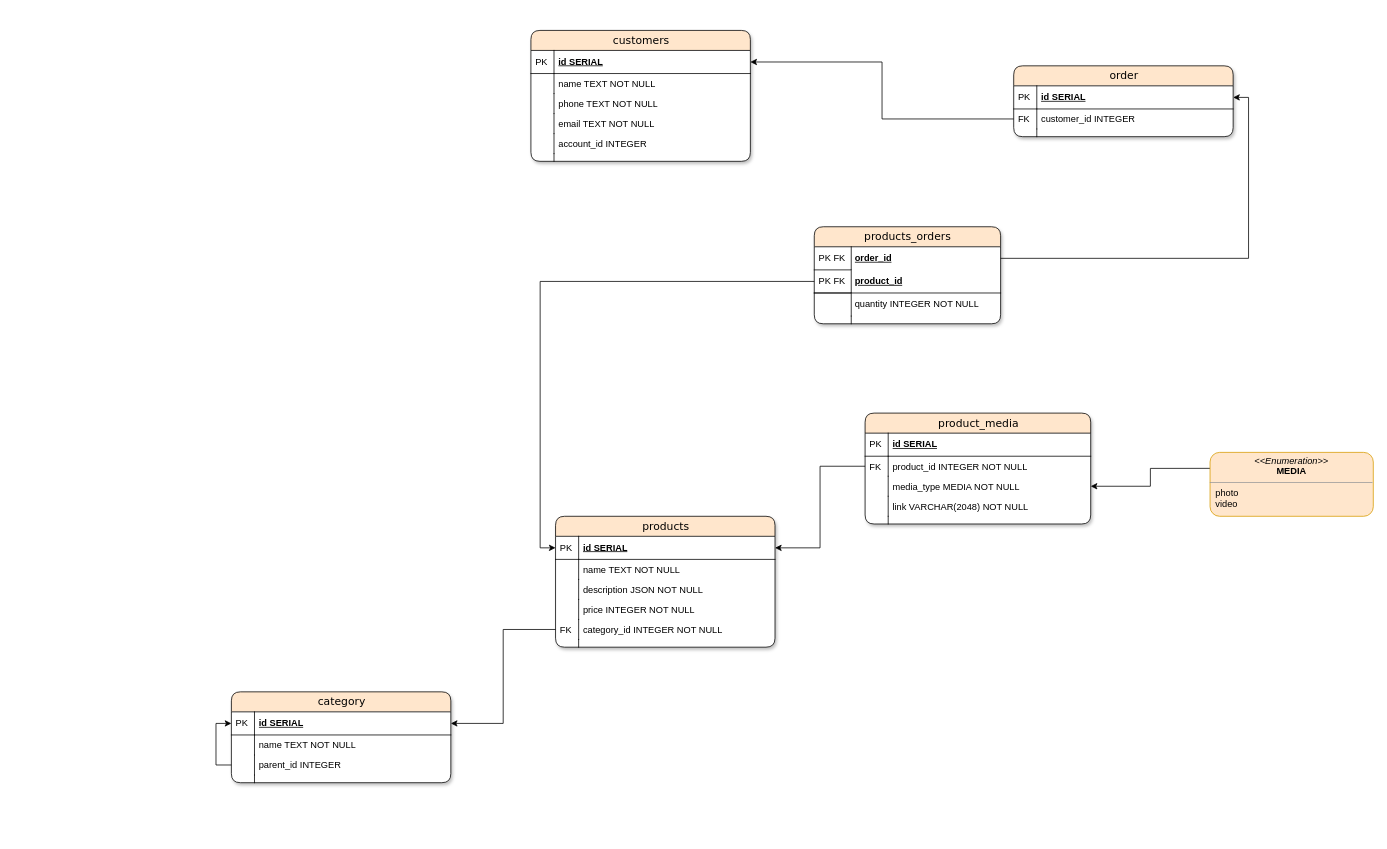
Earlier version of the draw.io diagram database.drawio (werreour/drawio-database). Source tidied: cells renumbered, new cells numbered last; positions are measured from the earlier drawing's top-left corner, leaving out a move shared by most shapes. Both pictures are drawn from the tidied source at 77%, with x=0, y=0 at pixel (231, 30).
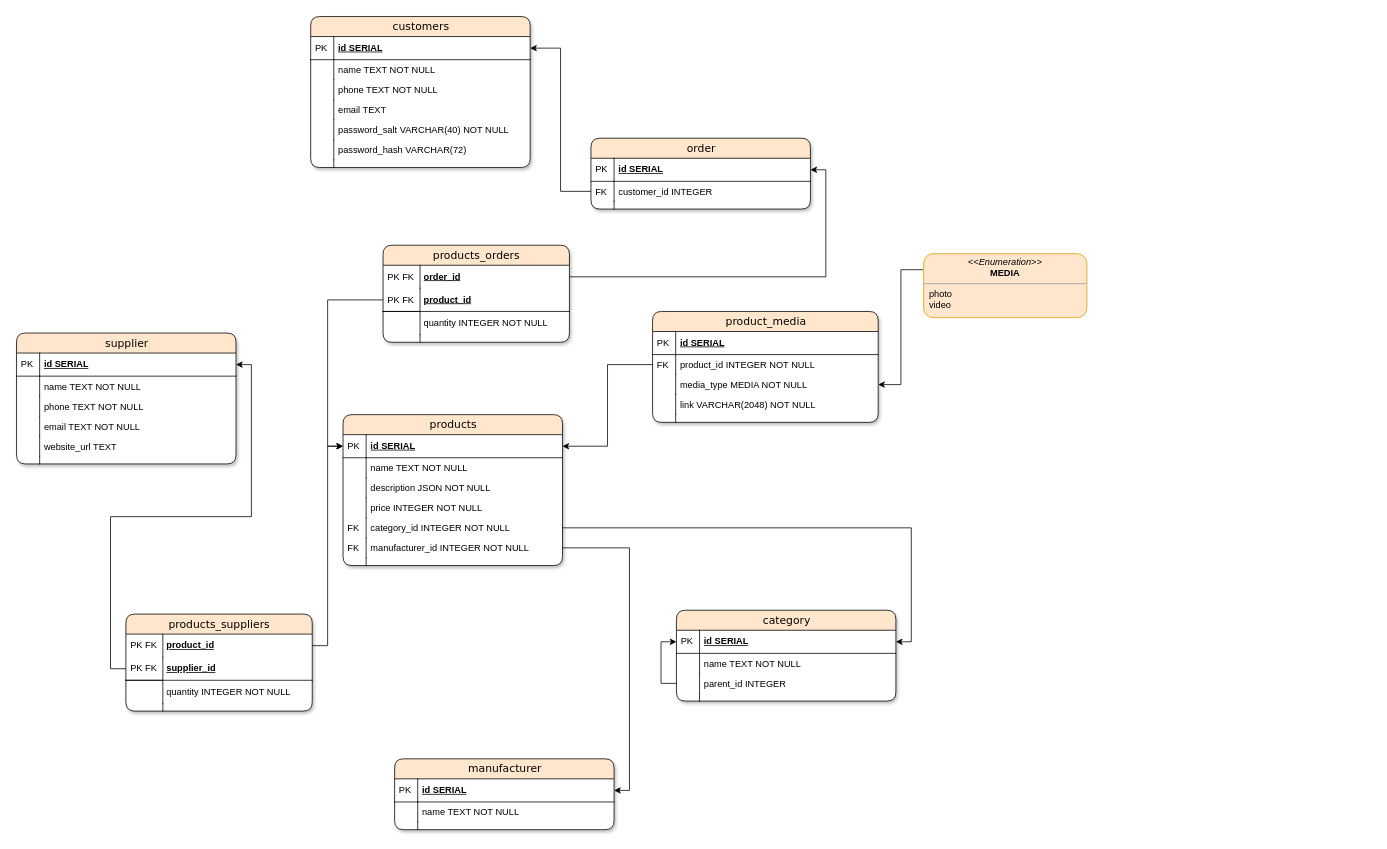
After the change.

Unchanged cells that the change refers to:
```xml
<mxCell id="3" value="id SERIAL" style="shape=partialRectangle;top=0;left=0;right=0;bottom=1;html=1;align=left;verticalAlign=middle;fillColor=none;spacingLeft=34;spacingRight=4;whiteSpace=wrap;overflow=hidden;points=[[0,0.5],[1,0.5]];portConstraint=eastwest;fontStyle=5;rounded=1;" parent="2" vertex="1">
  <mxGeometry y="26" width="285" height="30" as="geometry" />
</mxCell>
<mxCell id="62" value="order_id" style="shape=partialRectangle;top=0;left=0;right=0;bottom=1;html=1;align=left;verticalAlign=middle;fillColor=none;spacingLeft=51;spacingRight=4;whiteSpace=wrap;overflow=hidden;points=[[0,0.5],[1,0.5]];portConstraint=eastwest;fontStyle=5;rounded=1;strokeColor=none;" parent="61" vertex="1">
  <mxGeometry y="26" width="242" height="30" as="geometry" />
</mxCell>
```

The edit, as a diff of the source:
```diff
@@
     <mxCell id="2" value="products" style="swimlane;html=1;fontStyle=0;horizontal=1;startSize=26;fillColor=#ffe6cc;swimlaneFillColor=#ffffff;align=center;shadow=1;comic=0;labelBackgroundColor=none;strokeWidth=1;fontFamily=Verdana;fontSize=14;strokeColor=default;rounded=1;sketch=0;glass=0;swimlaneLine=1;" parent="1" vertex="1">
-      <mxGeometry x="421" y="631" width="285" height="170" as="geometry" />
+      <mxGeometry x="145" y="499" width="285" height="196" as="geometry" />
     </mxCell>
@@
+    <mxCell id="72" value="manufacturer_id INTEGER NOT NULL" style="shape=partialRectangle;top=0;left=0;right=0;bottom=0;html=1;align=left;verticalAlign=top;fillColor=none;spacingLeft=34;spacingRight=4;whiteSpace=wrap;overflow=hidden;points=[[0,0.5],[1,0.5]];portConstraint=eastwest;rounded=1;" parent="2" vertex="1">
+      <mxGeometry y="160" width="285" height="26" as="geometry" />
+    </mxCell>
+    <mxCell id="73" value="FK" style="shape=partialRectangle;top=0;left=0;bottom=0;html=1;fillColor=none;align=left;verticalAlign=top;spacingLeft=4;spacingRight=4;whiteSpace=wrap;overflow=hidden;rounded=1;" parent="72" vertex="1">
+      <mxGeometry width="30" height="26" as="geometry" />
+    </mxCell>
     <mxCell id="13" style="shape=partialRectangle;top=0;left=0;right=0;bottom=0;html=1;align=left;verticalAlign=top;fillColor=none;spacingLeft=34;spacingRight=4;whiteSpace=wrap;overflow=hidden;rounded=1;" parent="2" vertex="1">
-      <mxGeometry y="160" width="285" height="10" as="geometry" />
+      <mxGeometry y="186" width="285" height="10" as="geometry" />
     </mxCell>
@@
     <mxCell id="15" value="product_media" style="swimlane;html=1;fontStyle=0;horizontal=1;startSize=26;fillColor=#ffe6cc;swimlaneFillColor=#ffffff;align=center;shadow=1;comic=0;labelBackgroundColor=none;strokeWidth=1;fontFamily=Verdana;fontSize=14;strokeColor=default;rounded=1;sketch=0;glass=0;swimlaneLine=1;" parent="1" vertex="1">
-      <mxGeometry x="823" y="497" width="293" height="144" as="geometry" />
+      <mxGeometry x="547" y="365" width="293" height="144" as="geometry" />
     </mxCell>
@@
     <mxCell id="28" value="&lt;p style=&quot;margin: 0px ; margin-top: 4px ; text-align: center&quot;&gt;&lt;i&gt;&amp;lt;&amp;lt;Enumeration&amp;gt;&amp;gt;&lt;/i&gt;&lt;br&gt;&lt;b&gt;MEDIA&lt;/b&gt;&lt;/p&gt;&lt;hr size=&quot;1&quot;&gt;&lt;p style=&quot;margin: 0px ; margin-left: 4px&quot;&gt;&lt;span style=&quot;white-space: pre&quot;&gt; &lt;/span&gt;photo&lt;br&gt;&lt;span style=&quot;white-space: pre&quot;&gt; &lt;/span&gt;video&lt;/p&gt;" style="verticalAlign=top;align=left;overflow=fill;fontSize=12;fontFamily=Helvetica;html=1;sketch=0;rounded=1;fillColor=#ffe6cc;strokeColor=#d79b00;" parent="1" vertex="1">
-      <mxGeometry x="1271" y="548" width="212" height="83" as="geometry" />
+      <mxGeometry x="899" y="290" width="212" height="83" as="geometry" />
     </mxCell>
     <mxCell id="29" value="customers" style="swimlane;html=1;fontStyle=0;horizontal=1;startSize=26;fillColor=#ffe6cc;swimlaneFillColor=#ffffff;align=center;shadow=1;comic=0;labelBackgroundColor=none;strokeWidth=1;fontFamily=Verdana;fontSize=14;strokeColor=default;rounded=1;sketch=0;glass=0;swimlaneLine=1;" parent="1" vertex="1">
-      <mxGeometry x="389" width="285" height="170" as="geometry" />
+      <mxGeometry x="103" y="-18" width="285" height="196" as="geometry" />
     </mxCell>
@@
-    <mxCell id="36" value="email TEXT NOT NULL" style="shape=partialRectangle;top=0;left=0;right=0;bottom=0;html=1;align=left;verticalAlign=top;fillColor=none;spacingLeft=34;spacingRight=4;whiteSpace=wrap;overflow=hidden;rounded=1;" parent="29" vertex="1">
+    <mxCell id="36" value="email TEXT" style="shape=partialRectangle;top=0;left=0;right=0;bottom=0;html=1;align=left;verticalAlign=top;fillColor=none;spacingLeft=34;spacingRight=4;whiteSpace=wrap;overflow=hidden;rounded=1;" parent="29" vertex="1">
       <mxGeometry y="108" width="285" height="26" as="geometry" />
     </mxCell>
@@
-    <mxCell id="38" value="account_id INTEGER" style="shape=partialRectangle;top=0;left=0;right=0;bottom=0;html=1;align=left;verticalAlign=top;fillColor=none;spacingLeft=34;spacingRight=4;whiteSpace=wrap;overflow=hidden;rounded=1;" parent="29" vertex="1">
-      <mxGeometry y="134" width="285" height="26" as="geometry" />
-    </mxCell>
-    <mxCell id="39" style="shape=partialRectangle;top=0;left=0;bottom=0;html=1;fillColor=none;align=left;verticalAlign=top;spacingLeft=4;spacingRight=4;whiteSpace=wrap;overflow=hidden;rounded=1;" parent="38" vertex="1">
-      <mxGeometry width="30" height="26" as="geometry" />
-    </mxCell>
+    <mxCell id="74" value="password_salt VARCHAR(40) NOT NULL" style="shape=partialRectangle;top=0;left=0;right=0;bottom=0;html=1;align=left;verticalAlign=top;fillColor=none;spacingLeft=34;spacingRight=4;whiteSpace=wrap;overflow=hidden;rounded=1;" parent="29" vertex="1">
+      <mxGeometry y="134" width="285" height="26" as="geometry" />
+    </mxCell>
+    <mxCell id="75" style="shape=partialRectangle;top=0;left=0;bottom=0;html=1;fillColor=none;align=left;verticalAlign=top;spacingLeft=4;spacingRight=4;whiteSpace=wrap;overflow=hidden;rounded=1;" parent="74" vertex="1">
+      <mxGeometry width="30" height="26" as="geometry" />
+    </mxCell>
+    <mxCell id="76" value="password_hash VARCHAR(72)" style="shape=partialRectangle;top=0;left=0;right=0;bottom=0;html=1;align=left;verticalAlign=top;fillColor=none;spacingLeft=34;spacingRight=4;whiteSpace=wrap;overflow=hidden;rounded=1;" parent="29" vertex="1">
+      <mxGeometry y="160" width="285" height="26" as="geometry" />
+    </mxCell>
+    <mxCell id="77" style="shape=partialRectangle;top=0;left=0;bottom=0;html=1;fillColor=none;align=left;verticalAlign=top;spacingLeft=4;spacingRight=4;whiteSpace=wrap;overflow=hidden;rounded=1;" parent="76" vertex="1">
+      <mxGeometry width="30" height="26" as="geometry" />
+    </mxCell>
     <mxCell id="40" style="shape=partialRectangle;top=0;left=0;right=0;bottom=0;html=1;align=left;verticalAlign=top;fillColor=none;spacingLeft=34;spacingRight=4;whiteSpace=wrap;overflow=hidden;rounded=1;" parent="29" vertex="1">
-      <mxGeometry y="160" width="285" height="10" as="geometry" />
+      <mxGeometry y="186" width="285" height="10" as="geometry" />
     </mxCell>
@@
     <mxCell id="42" value="category" style="swimlane;html=1;fontStyle=0;horizontal=1;startSize=26;fillColor=#ffe6cc;swimlaneFillColor=#ffffff;align=center;shadow=1;comic=0;labelBackgroundColor=none;strokeWidth=1;fontFamily=Verdana;fontSize=14;strokeColor=default;rounded=1;sketch=0;glass=0;swimlaneLine=1;" parent="1" vertex="1">
-      <mxGeometry y="859" width="285" height="118" as="geometry" />
+      <mxGeometry x="578" y="753" width="285" height="118" as="geometry" />
     </mxCell>
@@
     <mxCell id="53" value="order" style="swimlane;html=1;fontStyle=0;horizontal=1;startSize=26;fillColor=#ffe6cc;swimlaneFillColor=#ffffff;align=center;shadow=1;comic=0;labelBackgroundColor=none;strokeWidth=1;fontFamily=Verdana;fontSize=14;strokeColor=default;rounded=1;sketch=0;glass=0;swimlaneLine=1;" parent="1" vertex="1">
-      <mxGeometry x="1016" y="46" width="285" height="92" as="geometry" />
+      <mxGeometry x="467" y="140" width="285" height="92" as="geometry" />
     </mxCell>
@@
     <mxCell id="61" value="products_orders" style="swimlane;html=1;fontStyle=0;horizontal=1;startSize=26;fillColor=#ffe6cc;swimlaneFillColor=#ffffff;align=center;shadow=1;comic=0;labelBackgroundColor=none;strokeWidth=1;fontFamily=Verdana;fontSize=14;strokeColor=default;rounded=1;sketch=0;glass=0;swimlaneLine=1;" parent="1" vertex="1">
-      <mxGeometry x="757" y="255" width="242" height="126" as="geometry" />
+      <mxGeometry x="197" y="279" width="242" height="126" as="geometry" />
     </mxCell>
@@
-    <mxCell id="63" value="PK FK" style="shape=partialRectangle;top=0;left=0;bottom=1;html=1;fillColor=none;align=left;verticalAlign=middle;spacingLeft=4;spacingRight=4;whiteSpace=wrap;overflow=hidden;rounded=1;strokeColor=default;" parent="62" vertex="1">
+    <mxCell id="63" value="PK FK" style="shape=partialRectangle;top=0;left=0;bottom=0;html=1;fillColor=none;align=left;verticalAlign=middle;spacingLeft=4;spacingRight=4;whiteSpace=wrap;overflow=hidden;rounded=1;strokeColor=default;" parent="62" vertex="1">
       <mxGeometry width="48" height="30" as="geometry" />
     </mxCell>
@@
+    <mxCell id="78" value="products_suppliers" style="swimlane;html=1;fontStyle=0;horizontal=1;startSize=26;fillColor=#ffe6cc;swimlaneFillColor=#ffffff;align=center;shadow=1;comic=0;labelBackgroundColor=none;strokeWidth=1;fontFamily=Verdana;fontSize=14;strokeColor=default;rounded=1;sketch=0;glass=0;swimlaneLine=1;" parent="1" vertex="1">
+      <mxGeometry x="-137" y="758" width="242" height="126" as="geometry" />
+    </mxCell>
+    <mxCell id="79" value="product_id" style="shape=partialRectangle;top=0;left=0;right=0;bottom=1;html=1;align=left;verticalAlign=middle;fillColor=none;spacingLeft=51;spacingRight=4;whiteSpace=wrap;overflow=hidden;points=[[0,0.5],[1,0.5]];portConstraint=eastwest;fontStyle=5;rounded=1;strokeColor=none;" parent="78" vertex="1">
+      <mxGeometry y="26" width="242" height="30" as="geometry" />
+    </mxCell>
+    <mxCell id="80" value="PK FK" style="shape=partialRectangle;top=0;left=0;bottom=0;html=1;fillColor=none;align=left;verticalAlign=middle;spacingLeft=4;spacingRight=4;whiteSpace=wrap;overflow=hidden;rounded=1;strokeColor=default;" parent="79" vertex="1">
+      <mxGeometry width="48" height="30" as="geometry" />
+    </mxCell>
+    <mxCell id="81" value="supplier_id" style="shape=partialRectangle;top=0;left=0;right=0;bottom=1;html=1;align=left;verticalAlign=middle;fillColor=none;spacingLeft=51;spacingRight=4;whiteSpace=wrap;overflow=hidden;points=[[0,0.5],[1,0.5]];portConstraint=eastwest;fontStyle=5;rounded=1;strokeColor=default;" parent="78" vertex="1">
+      <mxGeometry y="56" width="242" height="30" as="geometry" />
+    </mxCell>
+    <mxCell id="82" value="PK FK" style="shape=partialRectangle;top=0;left=0;bottom=1;html=1;fillColor=none;align=left;verticalAlign=middle;spacingLeft=4;spacingRight=4;whiteSpace=wrap;overflow=hidden;rounded=1;strokeColor=default;" parent="81" vertex="1">
+      <mxGeometry width="48" height="30" as="geometry" />
+    </mxCell>
+    <mxCell id="83" value="quantity INTEGER NOT NULL" style="shape=partialRectangle;top=0;left=0;right=0;bottom=1;html=1;align=left;verticalAlign=middle;fillColor=none;spacingLeft=51;spacingRight=4;whiteSpace=wrap;overflow=hidden;fontStyle=0;rounded=1;strokeColor=none;" parent="78" vertex="1">
+      <mxGeometry y="86" width="242" height="30" as="geometry" />
+    </mxCell>
+    <mxCell id="84" style="shape=partialRectangle;top=0;left=0;bottom=0;html=1;fillColor=none;align=left;verticalAlign=middle;spacingLeft=4;spacingRight=4;whiteSpace=wrap;overflow=hidden;rounded=1;strokeColor=default;" parent="83" vertex="1">
+      <mxGeometry width="48" height="30" as="geometry" />
+    </mxCell>
+    <mxCell id="85" style="shape=partialRectangle;top=0;left=0;right=0;bottom=0;html=1;align=left;verticalAlign=top;fillColor=none;spacingLeft=34;spacingRight=4;whiteSpace=wrap;overflow=hidden;rounded=1;" parent="78" vertex="1">
+      <mxGeometry y="116" width="242" height="10" as="geometry" />
+    </mxCell>
+    <mxCell id="86" style="shape=partialRectangle;top=0;left=0;bottom=0;html=1;fillColor=none;align=left;verticalAlign=top;spacingLeft=4;spacingRight=4;whiteSpace=wrap;overflow=hidden;rounded=1;" parent="85" vertex="1">
+      <mxGeometry width="48" height="10" as="geometry" />
+    </mxCell>
+    <mxCell id="87" style="edgeStyle=orthogonalEdgeStyle;rounded=0;jettySize=auto;html=1;entryX=0;entryY=0.5;entryDx=0;entryDy=0;" parent="1" edge="1" source="79" target="3">
+      <mxGeometry relative="1" as="geometry" />
+    </mxCell>
+    <mxCell id="88" value="supplier" style="swimlane;html=1;fontStyle=0;horizontal=1;startSize=26;fillColor=#ffe6cc;swimlaneFillColor=#ffffff;align=center;shadow=1;comic=0;labelBackgroundColor=none;strokeWidth=1;fontFamily=Verdana;fontSize=14;strokeColor=default;rounded=1;sketch=0;glass=0;swimlaneLine=1;" parent="1" vertex="1">
+      <mxGeometry x="-279" y="393" width="285" height="170" as="geometry" />
+    </mxCell>
+    <mxCell id="89" value="id SERIAL" style="shape=partialRectangle;top=0;left=0;right=0;bottom=1;html=1;align=left;verticalAlign=middle;fillColor=none;spacingLeft=34;spacingRight=4;whiteSpace=wrap;overflow=hidden;points=[[0,0.5],[1,0.5]];portConstraint=eastwest;fontStyle=5;rounded=1;" parent="88" vertex="1">
+      <mxGeometry y="26" width="285" height="30" as="geometry" />
+    </mxCell>
+    <mxCell id="90" value="PK" style="shape=partialRectangle;top=0;left=0;bottom=0;html=1;fillColor=none;align=left;verticalAlign=middle;spacingLeft=4;spacingRight=4;whiteSpace=wrap;overflow=hidden;rounded=1;" parent="89" vertex="1">
+      <mxGeometry width="30" height="30" as="geometry" />
+    </mxCell>
+    <mxCell id="91" value="name TEXT NOT NULL" style="shape=partialRectangle;top=0;left=0;right=0;bottom=0;html=1;align=left;verticalAlign=top;fillColor=none;spacingLeft=34;spacingRight=4;whiteSpace=wrap;overflow=hidden;rounded=1;" parent="88" vertex="1">
+      <mxGeometry y="56" width="285" height="26" as="geometry" />
+    </mxCell>
+    <mxCell id="92" style="shape=partialRectangle;top=0;left=0;bottom=0;html=1;fillColor=none;align=left;verticalAlign=top;spacingLeft=4;spacingRight=4;whiteSpace=wrap;overflow=hidden;rounded=1;" parent="91" vertex="1">
+      <mxGeometry width="30" height="26" as="geometry" />
+    </mxCell>
+    <mxCell id="93" value="phone TEXT NOT NULL" style="shape=partialRectangle;top=0;left=0;right=0;bottom=0;html=1;align=left;verticalAlign=top;fillColor=none;spacingLeft=34;spacingRight=4;whiteSpace=wrap;overflow=hidden;rounded=1;" parent="88" vertex="1">
+      <mxGeometry y="82" width="285" height="26" as="geometry" />
+    </mxCell>
+    <mxCell id="94" style="shape=partialRectangle;top=0;left=0;bottom=0;html=1;fillColor=none;align=left;verticalAlign=top;spacingLeft=4;spacingRight=4;whiteSpace=wrap;overflow=hidden;rounded=1;" parent="93" vertex="1">
+      <mxGeometry width="30" height="26" as="geometry" />
+    </mxCell>
+    <mxCell id="95" value="email TEXT NOT NULL" style="shape=partialRectangle;top=0;left=0;right=0;bottom=0;html=1;align=left;verticalAlign=top;fillColor=none;spacingLeft=34;spacingRight=4;whiteSpace=wrap;overflow=hidden;rounded=1;" parent="88" vertex="1">
+      <mxGeometry y="108" width="285" height="26" as="geometry" />
+    </mxCell>
+    <mxCell id="96" style="shape=partialRectangle;top=0;left=0;bottom=0;html=1;fillColor=none;align=left;verticalAlign=top;spacingLeft=4;spacingRight=4;whiteSpace=wrap;overflow=hidden;rounded=1;" parent="95" vertex="1">
+      <mxGeometry width="30" height="26" as="geometry" />
+    </mxCell>
+    <mxCell id="97" value="website_url TEXT" style="shape=partialRectangle;top=0;left=0;right=0;bottom=0;html=1;align=left;verticalAlign=top;fillColor=none;spacingLeft=34;spacingRight=4;whiteSpace=wrap;overflow=hidden;rounded=1;" parent="88" vertex="1">
+      <mxGeometry y="134" width="285" height="26" as="geometry" />
+    </mxCell>
+    <mxCell id="98" style="shape=partialRectangle;top=0;left=0;bottom=0;html=1;fillColor=none;align=left;verticalAlign=top;spacingLeft=4;spacingRight=4;whiteSpace=wrap;overflow=hidden;rounded=1;" parent="97" vertex="1">
+      <mxGeometry width="30" height="26" as="geometry" />
+    </mxCell>
+    <mxCell id="99" style="shape=partialRectangle;top=0;left=0;right=0;bottom=0;html=1;align=left;verticalAlign=top;fillColor=none;spacingLeft=34;spacingRight=4;whiteSpace=wrap;overflow=hidden;rounded=1;" parent="88" vertex="1">
+      <mxGeometry y="160" width="285" height="10" as="geometry" />
+    </mxCell>
+    <mxCell id="100" style="shape=partialRectangle;top=0;left=0;bottom=0;html=1;fillColor=none;align=left;verticalAlign=top;spacingLeft=4;spacingRight=4;whiteSpace=wrap;overflow=hidden;rounded=1;" parent="99" vertex="1">
+      <mxGeometry width="30" height="10" as="geometry" />
+    </mxCell>
+    <mxCell id="101" style="edgeStyle=orthogonalEdgeStyle;rounded=0;jettySize=auto;html=1;entryX=1;entryY=0.5;entryDx=0;entryDy=0;" parent="1" edge="1" source="81" target="89">
+      <mxGeometry relative="1" as="geometry" />
+    </mxCell>
+    <mxCell id="102" value="manufacturer" style="swimlane;html=1;fontStyle=0;horizontal=1;startSize=26;fillColor=#ffe6cc;swimlaneFillColor=#ffffff;align=center;shadow=1;comic=0;labelBackgroundColor=none;strokeWidth=1;fontFamily=Verdana;fontSize=14;strokeColor=default;rounded=1;sketch=0;glass=0;swimlaneLine=1;" parent="1" vertex="1">
+      <mxGeometry x="212" y="946" width="285" height="92" as="geometry" />
+    </mxCell>
+    <mxCell id="103" value="id SERIAL" style="shape=partialRectangle;top=0;left=0;right=0;bottom=1;html=1;align=left;verticalAlign=middle;fillColor=none;spacingLeft=34;spacingRight=4;whiteSpace=wrap;overflow=hidden;points=[[0,0.5],[1,0.5]];portConstraint=eastwest;fontStyle=5;rounded=1;" parent="102" vertex="1">
+      <mxGeometry y="26" width="285" height="30" as="geometry" />
+    </mxCell>
+    <mxCell id="104" value="PK" style="shape=partialRectangle;top=0;left=0;bottom=0;html=1;fillColor=none;align=left;verticalAlign=middle;spacingLeft=4;spacingRight=4;whiteSpace=wrap;overflow=hidden;rounded=1;" parent="103" vertex="1">
+      <mxGeometry width="30" height="30" as="geometry" />
+    </mxCell>
+    <mxCell id="105" value="name TEXT NOT NULL" style="shape=partialRectangle;top=0;left=0;right=0;bottom=0;html=1;align=left;verticalAlign=top;fillColor=none;spacingLeft=34;spacingRight=4;whiteSpace=wrap;overflow=hidden;rounded=1;" parent="102" vertex="1">
+      <mxGeometry y="56" width="285" height="26" as="geometry" />
+    </mxCell>
+    <mxCell id="106" style="shape=partialRectangle;top=0;left=0;bottom=0;html=1;fillColor=none;align=left;verticalAlign=top;spacingLeft=4;spacingRight=4;whiteSpace=wrap;overflow=hidden;rounded=1;" parent="105" vertex="1">
+      <mxGeometry width="30" height="26" as="geometry" />
+    </mxCell>
+    <mxCell id="107" style="shape=partialRectangle;top=0;left=0;right=0;bottom=0;html=1;align=left;verticalAlign=top;fillColor=none;spacingLeft=34;spacingRight=4;whiteSpace=wrap;overflow=hidden;rounded=1;" parent="102" vertex="1">
+      <mxGeometry y="82" width="285" height="10" as="geometry" />
+    </mxCell>
+    <mxCell id="108" style="shape=partialRectangle;top=0;left=0;bottom=0;html=1;fillColor=none;align=left;verticalAlign=top;spacingLeft=4;spacingRight=4;whiteSpace=wrap;overflow=hidden;rounded=1;" parent="107" vertex="1">
+      <mxGeometry width="30" height="10" as="geometry" />
+    </mxCell>
+    <mxCell id="109" style="edgeStyle=orthogonalEdgeStyle;rounded=0;jettySize=auto;html=1;entryX=1;entryY=0.5;entryDx=0;entryDy=0;" parent="1" edge="1" source="72" target="103">
+      <mxGeometry relative="1" as="geometry" />
+    </mxCell>
```
